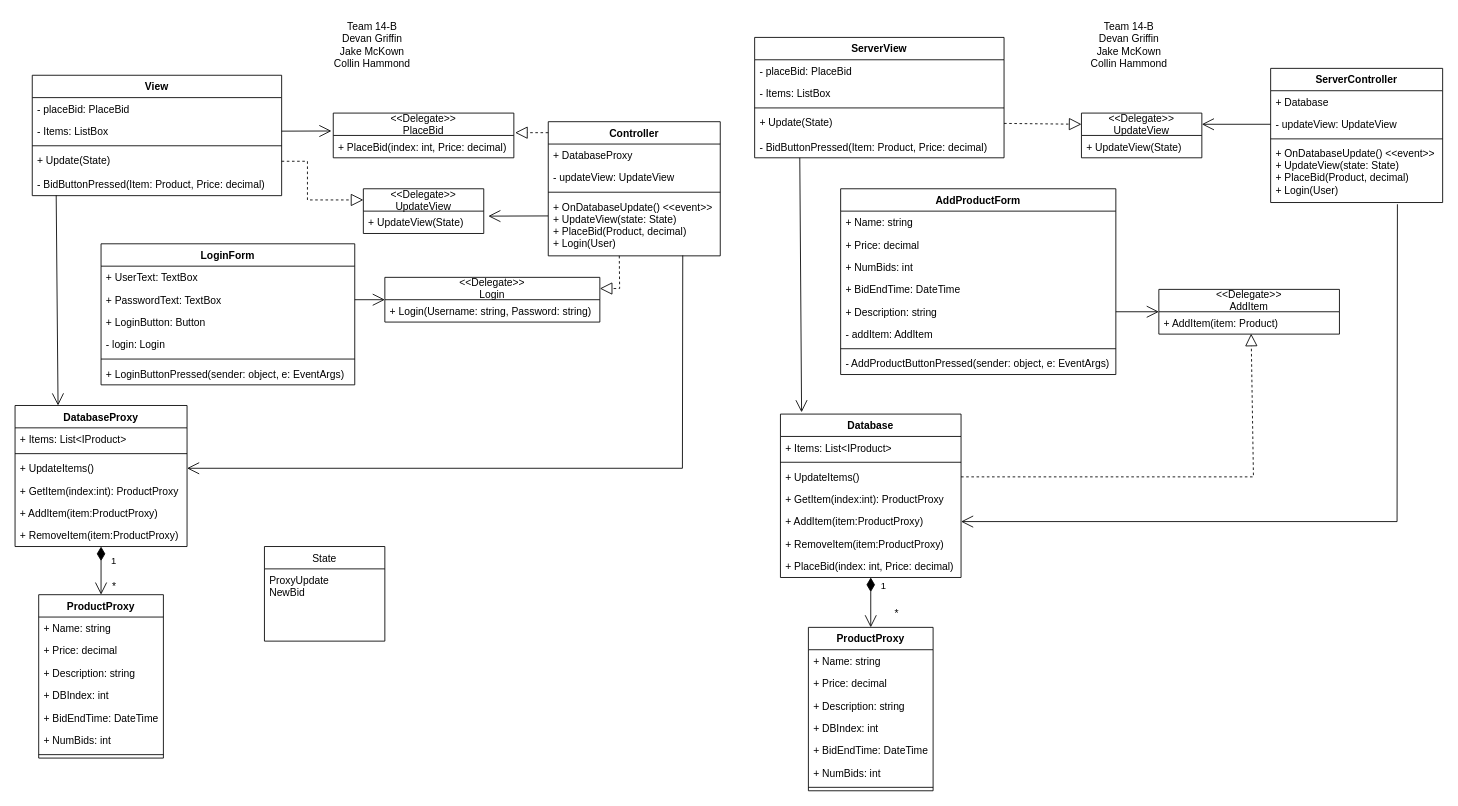
CoHammo/Bid501-Team14B keeps this draw.io diagram as page "Client UML Start" (1 of 5) of Project4-Diagrams.drawio. Above is the earlier version. Source tidied: cells renumbered, new cells numbered last; positions are measured from the earlier drawing's top-left corner, leaving out a move shared by most shapes. Both pictures are drawn from the tidied source at 86%, with x=0, y=0 at pixel (15, 15).
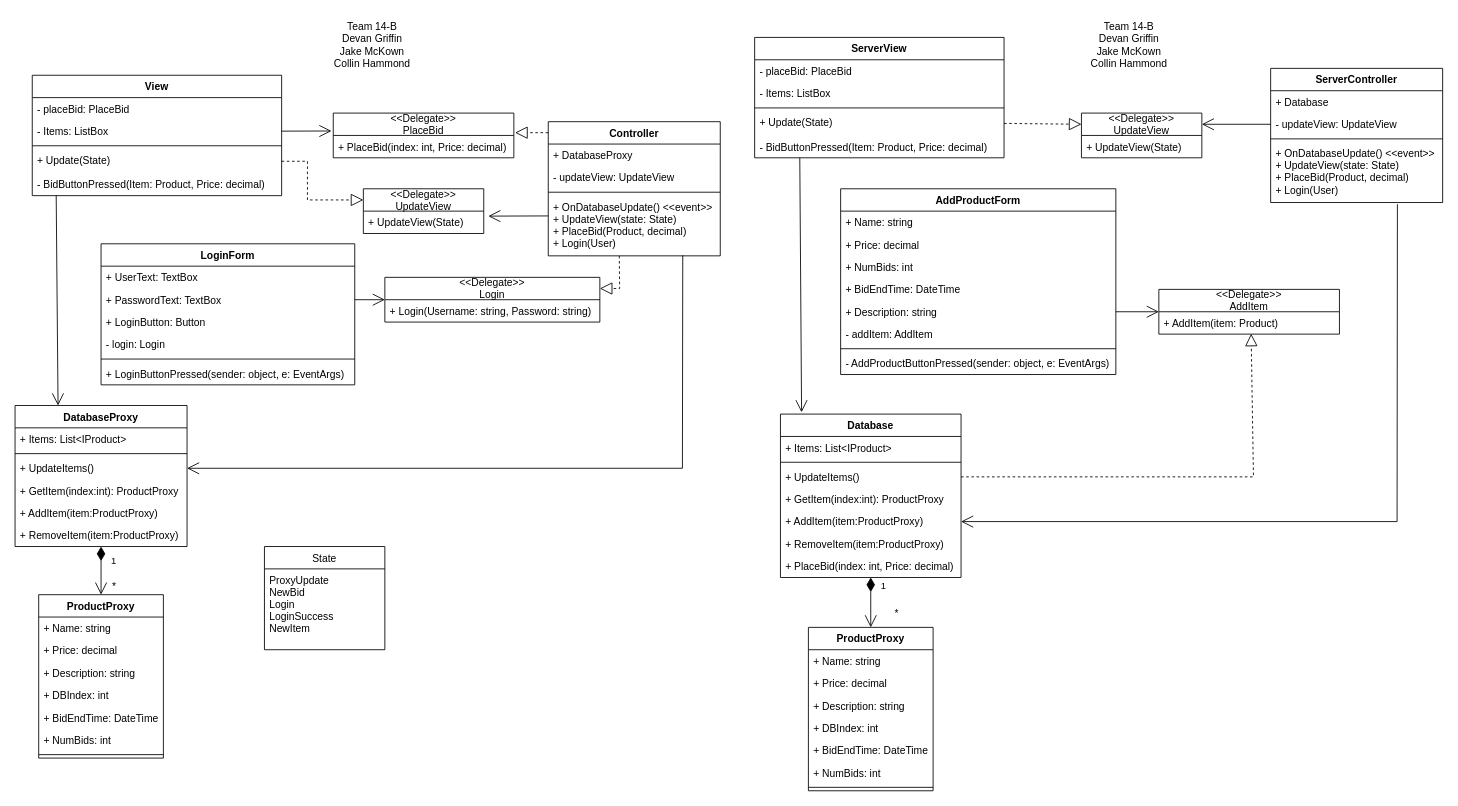
The same diagram, later.

Change to the diagram source:
```diff
@@
     <mxCell id="20" value="State" style="swimlane;fontStyle=0;horizontal=1;startSize=26;fillColor=none;" parent="1" vertex="1">
-      <mxGeometry x="290" y="618" width="140" height="110" as="geometry" />
+      <mxGeometry x="290" y="618" width="140" height="120" as="geometry" />
     </mxCell>
-    <mxCell id="21" value="ProxyUpdate&#10;NewBid" style="text;strokeColor=none;fillColor=none;align=left;verticalAlign=top;spacingLeft=4;spacingRight=4;overflow=hidden;" parent="20" vertex="1">
-      <mxGeometry y="26" width="140" height="84" as="geometry" />
+    <mxCell id="21" value="ProxyUpdate&#10;NewBid&#10;Login&#10;LoginSuccess&#10;NewItem" style="text;strokeColor=none;fillColor=none;align=left;verticalAlign=top;spacingLeft=4;spacingRight=4;overflow=hidden;" parent="20" vertex="1">
+      <mxGeometry y="26" width="140" height="94" as="geometry" />
     </mxCell>
```
